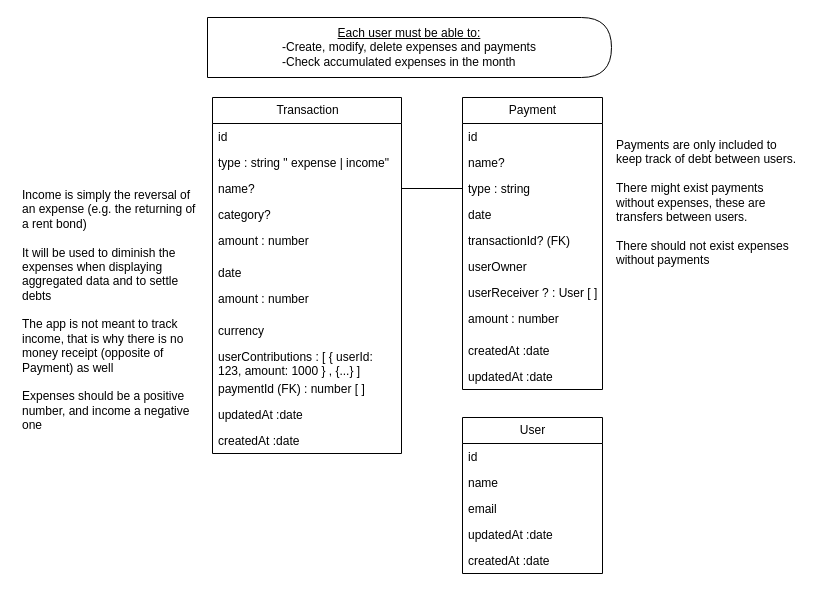
This is specsAndEntities.drawio from jandreslami/splitmoney, a draw.io file, before an edit. Source tidied: cells renumbered, new cells numbered last; positions are measured from the earlier drawing's top-left corner, leaving out a move shared by most shapes. Both pictures are drawn from the tidied source at 100%, with x=0, y=0 at pixel (17, 17).
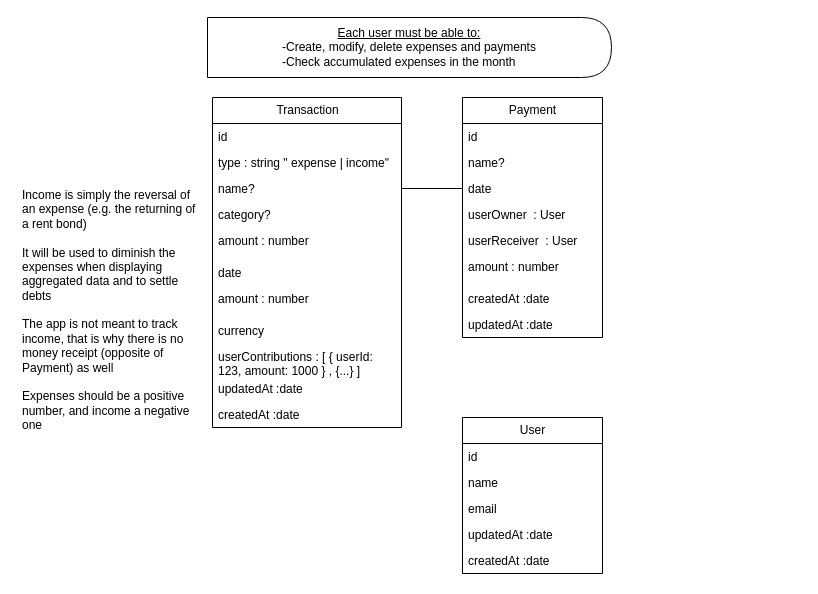
Above is the later version.

Commit message:
Update entity model

Unchanged cells that the change refers to:
```xml
<mxCell id="5" value="name?" style="text;strokeColor=none;fillColor=none;align=left;verticalAlign=top;spacingLeft=4;spacingRight=4;overflow=hidden;points=[[0,0.5],[1,0.5]];portConstraint=eastwest;whiteSpace=wrap;html=1;" parent="2" vertex="1">
  <mxGeometry y="78" width="189" height="26" as="geometry" />
</mxCell>
```

Diff of the diagram source:
```diff
@@
     <mxCell id="2" value="Transaction" style="swimlane;fontStyle=0;horizontal=1;startSize=26;fillColor=none;html=1;" parent="1" vertex="1">
-      <mxGeometry x="195" y="80" width="189" height="356" as="geometry" />
+      <mxGeometry x="195" y="80" width="189" height="330" as="geometry" />
     </mxCell>
@@
-    <mxCell id="12" value="paymentId (FK) : number [ ]" style="text;strokeColor=none;fillColor=none;align=left;verticalAlign=top;spacingLeft=4;spacingRight=4;overflow=hidden;whiteSpace=wrap;html=1;" parent="2" vertex="1">
-      <mxGeometry y="278" width="189" height="26" as="geometry" />
-    </mxCell>
     <mxCell id="13" value="updatedAt :date" style="text;strokeColor=none;fillColor=none;align=left;verticalAlign=top;spacingLeft=4;spacingRight=4;overflow=hidden;whiteSpace=wrap;html=1;" parent="2" vertex="1">
-      <mxGeometry y="304" width="189" height="26" as="geometry" />
+      <mxGeometry y="278" width="189" height="26" as="geometry" />
     </mxCell>
     <mxCell id="14" value="createdAt :date" style="text;strokeColor=none;fillColor=none;align=left;verticalAlign=top;spacingLeft=4;spacingRight=4;overflow=hidden;whiteSpace=wrap;html=1;" parent="2" vertex="1">
-      <mxGeometry y="330" width="189" height="26" as="geometry" />
+      <mxGeometry y="304" width="189" height="26" as="geometry" />
     </mxCell>
     <mxCell id="15" value="Payment" style="swimlane;fontStyle=0;horizontal=1;startSize=26;fillColor=none;html=1;" parent="1" vertex="1">
-      <mxGeometry x="445" y="80" width="140" height="292" as="geometry" />
+      <mxGeometry x="445" y="80" width="140" height="240" as="geometry" />
     </mxCell>
@@
-    <mxCell id="18" value="type : string" style="text;strokeColor=none;fillColor=none;align=left;verticalAlign=top;spacingLeft=4;spacingRight=4;overflow=hidden;points=[[0,0.5],[1,0.5]];portConstraint=eastwest;whiteSpace=wrap;html=1;" parent="15" vertex="1">
-      <mxGeometry y="78" width="140" height="26" as="geometry" />
-    </mxCell>
     <mxCell id="19" value="date" style="text;strokeColor=none;fillColor=none;align=left;verticalAlign=top;spacingLeft=4;spacingRight=4;overflow=hidden;whiteSpace=wrap;html=1;" parent="15" vertex="1">
-      <mxGeometry y="104" width="140" height="26" as="geometry" />
+      <mxGeometry y="78" width="140" height="26" as="geometry" />
     </mxCell>
-    <mxCell id="20" value="transactionId? (FK)" style="text;strokeColor=none;fillColor=none;align=left;verticalAlign=top;spacingLeft=4;spacingRight=4;overflow=hidden;whiteSpace=wrap;html=1;" parent="15" vertex="1">
-      <mxGeometry y="130" width="140" height="26" as="geometry" />
-    </mxCell>
-    <mxCell id="21" value="userOwner" style="text;strokeColor=none;fillColor=none;align=left;verticalAlign=top;spacingLeft=4;spacingRight=4;overflow=hidden;whiteSpace=wrap;html=1;" parent="15" vertex="1">
-      <mxGeometry y="156" width="140" height="26" as="geometry" />
+    <mxCell id="21" value="userOwner&amp;nbsp;&amp;nbsp;: User" style="text;strokeColor=none;fillColor=none;align=left;verticalAlign=top;spacingLeft=4;spacingRight=4;overflow=hidden;whiteSpace=wrap;html=1;" parent="15" vertex="1">
+      <mxGeometry y="104" width="140" height="26" as="geometry" />
     </mxCell>
-    <mxCell id="22" value="userReceiver ? : User [ ]" style="text;strokeColor=none;fillColor=none;align=left;verticalAlign=top;spacingLeft=4;spacingRight=4;overflow=hidden;whiteSpace=wrap;html=1;" parent="15" vertex="1">
-      <mxGeometry y="182" width="140" height="26" as="geometry" />
+    <mxCell id="22" value="userReceiver&amp;nbsp; : User" style="text;strokeColor=none;fillColor=none;align=left;verticalAlign=top;spacingLeft=4;spacingRight=4;overflow=hidden;whiteSpace=wrap;html=1;" parent="15" vertex="1">
+      <mxGeometry y="130" width="140" height="26" as="geometry" />
     </mxCell>
     <mxCell id="23" value="amount : number" style="text;strokeColor=none;fillColor=none;align=left;verticalAlign=top;spacingLeft=4;spacingRight=4;overflow=hidden;whiteSpace=wrap;html=1;" parent="15" vertex="1">
-      <mxGeometry y="208" width="140" height="32" as="geometry" />
+      <mxGeometry y="156" width="140" height="32" as="geometry" />
     </mxCell>
     <mxCell id="24" value="createdAt :date" style="text;strokeColor=none;fillColor=none;align=left;verticalAlign=top;spacingLeft=4;spacingRight=4;overflow=hidden;whiteSpace=wrap;html=1;" parent="15" vertex="1">
-      <mxGeometry y="240" width="140" height="26" as="geometry" />
+      <mxGeometry y="188" width="140" height="26" as="geometry" />
     </mxCell>
     <mxCell id="25" value="updatedAt :date" style="text;strokeColor=none;fillColor=none;align=left;verticalAlign=top;spacingLeft=4;spacingRight=4;overflow=hidden;whiteSpace=wrap;html=1;" parent="15" vertex="1">
-      <mxGeometry y="266" width="140" height="26" as="geometry" />
+      <mxGeometry y="214" width="140" height="26" as="geometry" />
     </mxCell>
@@
-    <mxCell id="33" style="edgeStyle=none;html=1;endArrow=none;endFill=0;" parent="1" edge="1" source="5" target="18">
-      <mxGeometry relative="1" as="geometry" />
+    <mxCell id="33" style="edgeStyle=none;html=1;endArrow=none;endFill=0;" parent="1" edge="1" source="5">
+      <mxGeometry relative="1" as="geometry">
+        <mxPoint x="445" y="171" as="targetPoint" />
+      </mxGeometry>
     </mxCell>
-    <mxCell id="34" value="&lt;h1&gt;&lt;br&gt;&lt;/h1&gt;&lt;div&gt;Payments are only included to keep track of debt between users.&lt;/div&gt;&lt;div&gt;&lt;br&gt;&lt;/div&gt;&lt;div&gt;There might exist payments without expenses, these are transfers between users.&lt;/div&gt;&lt;div&gt;&lt;br&gt;&lt;/div&gt;&lt;div&gt;There should not exist expenses without payments&lt;/div&gt;&lt;div&gt;&lt;br&gt;&lt;/div&gt;" style="text;html=1;strokeColor=none;fillColor=none;spacing=5;spacingTop=-20;whiteSpace=wrap;overflow=hidden;rounded=0;" parent="1" vertex="1">
-      <mxGeometry x="594" y="70" width="190" height="215" as="geometry" />
-    </mxCell>
```
